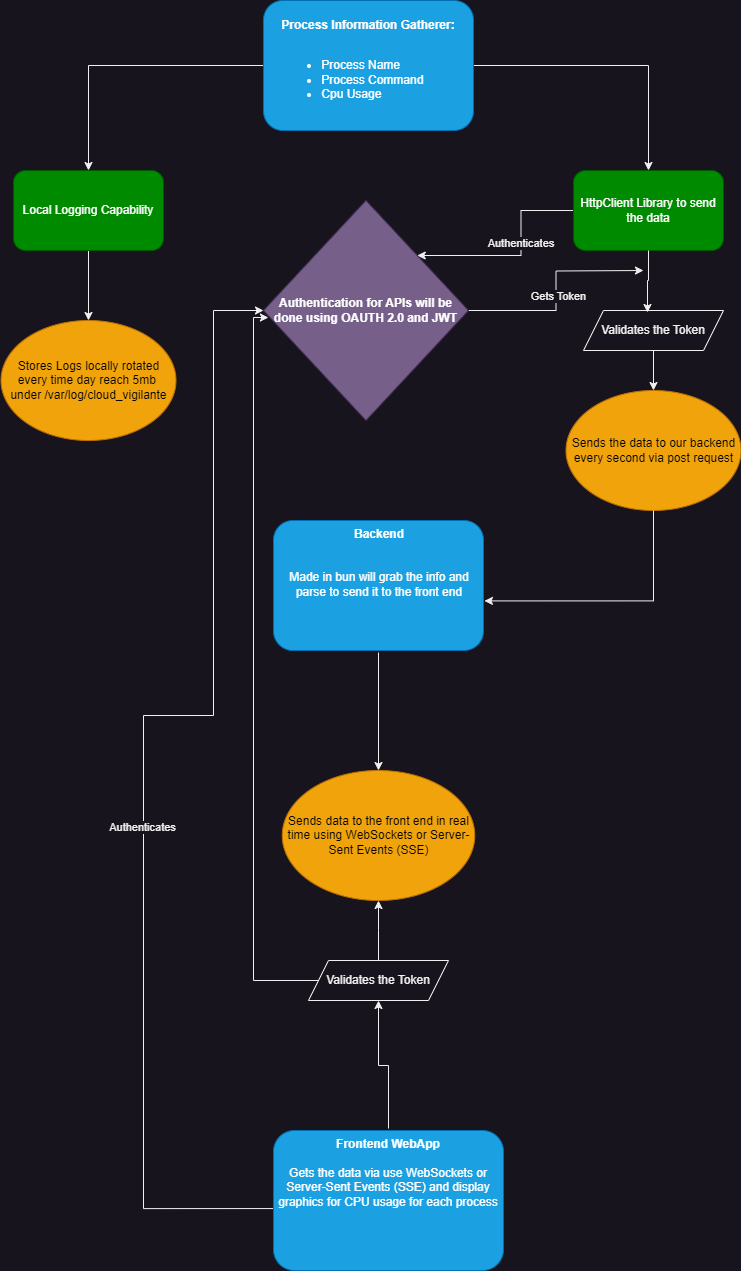
Above: CloudVigilante_Diagram.drawio.png in Amm0o/CloudVigilant (draw.io), before the change. Source tidied: cells renumbered, new cells last; positions are measured from the earlier drawing's top-left corner, leaving out a move shared by most shapes. The source it was exported from:
```xml
<mxGraphModel>
  <root>
    <mxCell id="0" />
    <mxCell id="1" parent="0" />
    <mxCell id="2" style="edgeStyle=orthogonalEdgeStyle;rounded=0;jettySize=auto;html=1;" parent="1" edge="1" source="4" target="6">
      <mxGeometry relative="1" as="geometry" />
    </mxCell>
    <mxCell id="3" style="edgeStyle=orthogonalEdgeStyle;rounded=0;jettySize=auto;html=1;entryX=0.5;entryY=0;entryDx=0;entryDy=0;" parent="1" edge="1" source="4" target="9">
      <mxGeometry relative="1" as="geometry" />
    </mxCell>
    <mxCell id="4" value="&lt;b&gt;Process Information Gatherer:&lt;/b&gt;&lt;br&gt;&lt;br&gt;&lt;div style=&quot;&quot;&gt;&lt;ul&gt;&lt;li style=&quot;text-align: left;&quot;&gt;Process Name&lt;/li&gt;&lt;li style=&quot;text-align: left;&quot;&gt;Process Command&amp;nbsp;&lt;/li&gt;&lt;li style=&quot;text-align: left;&quot;&gt;Cpu Usage&lt;/li&gt;&lt;/ul&gt;&lt;/div&gt;" style="rounded=1;whiteSpace=wrap;html=1;fillColor=#1ba1e2;fontColor=#ffffff;strokeColor=#006EAF;" parent="1" vertex="1">
      <mxGeometry x="262" width="210" height="130" as="geometry" />
    </mxCell>
    <mxCell id="5" style="edgeStyle=orthogonalEdgeStyle;rounded=0;jettySize=auto;html=1;entryX=0.5;entryY=0;entryDx=0;entryDy=0;" parent="1" edge="1" source="6" target="10">
      <mxGeometry relative="1" as="geometry" />
    </mxCell>
    <mxCell id="6" value="Local Logging Capability" style="rounded=1;whiteSpace=wrap;html=1;fillColor=#008a00;fontColor=#ffffff;strokeColor=#005700;" parent="1" vertex="1">
      <mxGeometry x="12" y="170" width="150" height="80" as="geometry" />
    </mxCell>
    <mxCell id="7" style="edgeStyle=orthogonalEdgeStyle;rounded=0;jettySize=auto;html=1;entryX=1;entryY=0;entryDx=0;entryDy=0;" parent="1" edge="1" source="9" target="22">
      <mxGeometry relative="1" as="geometry" />
    </mxCell>
    <mxCell id="8" value="Authenticates&amp;nbsp;" style="edgeLabel;html=1;align=center;verticalAlign=middle;" parent="7" vertex="1">
      <mxGeometry x="-0.16" y="1" relative="1" as="geometry" />
    </mxCell>
    <mxCell id="9" value="HttpClient Library to send the data" style="rounded=1;whiteSpace=wrap;html=1;fillColor=#008a00;fontColor=#ffffff;strokeColor=#005700;" parent="1" vertex="1">
      <mxGeometry x="572" y="170" width="150" height="80" as="geometry" />
    </mxCell>
    <mxCell id="10" value="Stores Logs locally rotated every time day reach 5mb&amp;nbsp; under /var/log/cloud_vigilante" style="ellipse;whiteSpace=wrap;html=1;fillColor=#f0a30a;fontColor=#000000;strokeColor=#BD7000;" parent="1" vertex="1">
      <mxGeometry x="-0.5" y="320" width="175" height="120" as="geometry" />
    </mxCell>
    <mxCell id="11" value="Sends the data to our backend every second via post request" style="ellipse;whiteSpace=wrap;html=1;fillColor=#f0a30a;fontColor=#000000;strokeColor=#BD7000;" parent="1" vertex="1">
      <mxGeometry x="564.5" y="390" width="175" height="120" as="geometry" />
    </mxCell>
    <mxCell id="12" style="edgeStyle=orthogonalEdgeStyle;rounded=0;jettySize=auto;html=1;entryX=0.5;entryY=0;entryDx=0;entryDy=0;" parent="1" edge="1" source="13" target="15">
      <mxGeometry relative="1" as="geometry" />
    </mxCell>
    <mxCell id="13" value="&lt;div style=&quot;text-align: center;&quot;&gt;&lt;b style=&quot;background-color: initial;&quot;&gt;Backend&lt;br&gt;&lt;br&gt;&lt;br&gt;&lt;/b&gt;&lt;/div&gt;&lt;div style=&quot;text-align: center;&quot;&gt;&lt;span style=&quot;background-color: initial;&quot;&gt;Made in bun will grab the info and parse to send it to the front end&lt;/span&gt;&lt;br&gt;&lt;/div&gt;" style="rounded=1;whiteSpace=wrap;html=1;fillColor=#1ba1e2;fontColor=#ffffff;strokeColor=#006EAF;perimeterSpacing=2;strokeWidth=1;verticalAlign=top;align=left;" parent="1" vertex="1">
      <mxGeometry x="272" y="520" width="210" height="130" as="geometry" />
    </mxCell>
    <mxCell id="14" style="edgeStyle=orthogonalEdgeStyle;rounded=0;jettySize=auto;html=1;entryX=0.995;entryY=0.615;entryDx=0;entryDy=0;entryPerimeter=0;exitX=0.5;exitY=1;exitDx=0;exitDy=0;" parent="1" edge="1" source="11" target="13">
      <mxGeometry relative="1" as="geometry" />
    </mxCell>
    <mxCell id="15" value="Sends data to the front end in real time using&amp;nbsp;WebSockets or Server-Sent Events (SSE)" style="ellipse;whiteSpace=wrap;html=1;fillColor=#f0a30a;fontColor=#000000;strokeColor=#BD7000;" parent="1" vertex="1">
      <mxGeometry x="280.8" y="770" width="192.5" height="130" as="geometry" />
    </mxCell>
    <mxCell id="16" style="edgeStyle=orthogonalEdgeStyle;rounded=0;jettySize=auto;html=1;entryX=0;entryY=0.5;entryDx=0;entryDy=0;exitX=0.021;exitY=0.556;exitDx=0;exitDy=0;exitPerimeter=0;" parent="1" edge="1" source="19" target="22">
      <mxGeometry relative="1" as="geometry">
        <Array as="points">
          <mxPoint x="142" y="1208" />
          <mxPoint x="142" y="715" />
          <mxPoint x="212" y="715" />
          <mxPoint x="212" y="310" />
        </Array>
      </mxGeometry>
    </mxCell>
    <mxCell id="17" value="Authenticates" style="edgeLabel;html=1;align=center;verticalAlign=middle;" parent="16" vertex="1">
      <mxGeometry x="-0.11" y="2" relative="1" as="geometry" />
    </mxCell>
    <mxCell id="18" style="edgeStyle=orthogonalEdgeStyle;rounded=0;jettySize=auto;html=1;entryX=0.5;entryY=1;entryDx=0;entryDy=0;" parent="1" edge="1" source="19" target="27">
      <mxGeometry relative="1" as="geometry" />
    </mxCell>
    <mxCell id="19" value="&lt;div style=&quot;&quot;&gt;&lt;b&gt;Frontend WebApp&lt;/b&gt;&lt;br&gt;&lt;br&gt;&lt;div style=&quot;&quot;&gt;Gets the data via&amp;nbsp;use WebSockets or Server-Sent Events (SSE) and display graphics for CPU usage for each process&lt;/div&gt;&lt;/div&gt;" style="rounded=1;whiteSpace=wrap;html=1;fillColor=#1ba1e2;fontColor=#ffffff;strokeColor=#006EAF;perimeterSpacing=2;strokeWidth=1;verticalAlign=top;align=center;" parent="1" vertex="1">
      <mxGeometry x="272" y="1130" width="230" height="140" as="geometry" />
    </mxCell>
    <mxCell id="20" style="edgeStyle=orthogonalEdgeStyle;rounded=0;jettySize=auto;html=1;" parent="1" edge="1" source="22">
      <mxGeometry relative="1" as="geometry">
        <mxPoint x="642" y="270" as="targetPoint" />
      </mxGeometry>
    </mxCell>
    <mxCell id="21" value="Gets Token" style="edgeLabel;html=1;align=center;verticalAlign=middle;" parent="20" vertex="1">
      <mxGeometry x="-0.04" y="-1" relative="1" as="geometry">
        <mxPoint x="1" as="offset" />
      </mxGeometry>
    </mxCell>
    <mxCell id="22" value="&lt;b&gt;Authentication for APIs will be done using OAUTH 2.0 and JWT&lt;/b&gt;" style="rhombus;whiteSpace=wrap;html=1;fillColor=#76608a;fontColor=#ffffff;strokeColor=#432D57;" parent="1" vertex="1">
      <mxGeometry x="262" y="200" width="205" height="220" as="geometry" />
    </mxCell>
    <mxCell id="23" style="edgeStyle=orthogonalEdgeStyle;rounded=0;jettySize=auto;html=1;" parent="1" edge="1" source="24" target="11">
      <mxGeometry relative="1" as="geometry" />
    </mxCell>
    <mxCell id="24" value="Validates the Token" style="shape=parallelogram;perimeter=parallelogramPerimeter;whiteSpace=wrap;html=1;fixedSize=1;" parent="1" vertex="1">
      <mxGeometry x="582" y="310" width="140" height="40" as="geometry" />
    </mxCell>
    <mxCell id="25" style="edgeStyle=orthogonalEdgeStyle;rounded=0;jettySize=auto;html=1;entryX=0.457;entryY=0.05;entryDx=0;entryDy=0;entryPerimeter=0;" parent="1" edge="1" source="9" target="24">
      <mxGeometry relative="1" as="geometry" />
    </mxCell>
    <mxCell id="26" style="edgeStyle=orthogonalEdgeStyle;rounded=0;jettySize=auto;html=1;" parent="1" edge="1" source="27" target="15">
      <mxGeometry relative="1" as="geometry" />
    </mxCell>
    <mxCell id="27" value="Validates the Token" style="shape=parallelogram;perimeter=parallelogramPerimeter;whiteSpace=wrap;html=1;fixedSize=1;" parent="1" vertex="1">
      <mxGeometry x="307" y="960" width="140" height="40" as="geometry" />
    </mxCell>
    <mxCell id="28" style="edgeStyle=orthogonalEdgeStyle;rounded=0;jettySize=auto;html=1;entryX=0.024;entryY=0.532;entryDx=0;entryDy=0;entryPerimeter=0;" parent="1" edge="1" source="27" target="22">
      <mxGeometry relative="1" as="geometry">
        <Array as="points">
          <mxPoint x="252" y="980" />
          <mxPoint x="252" y="317" />
        </Array>
      </mxGeometry>
    </mxCell>
  </root>
</mxGraphModel>
```
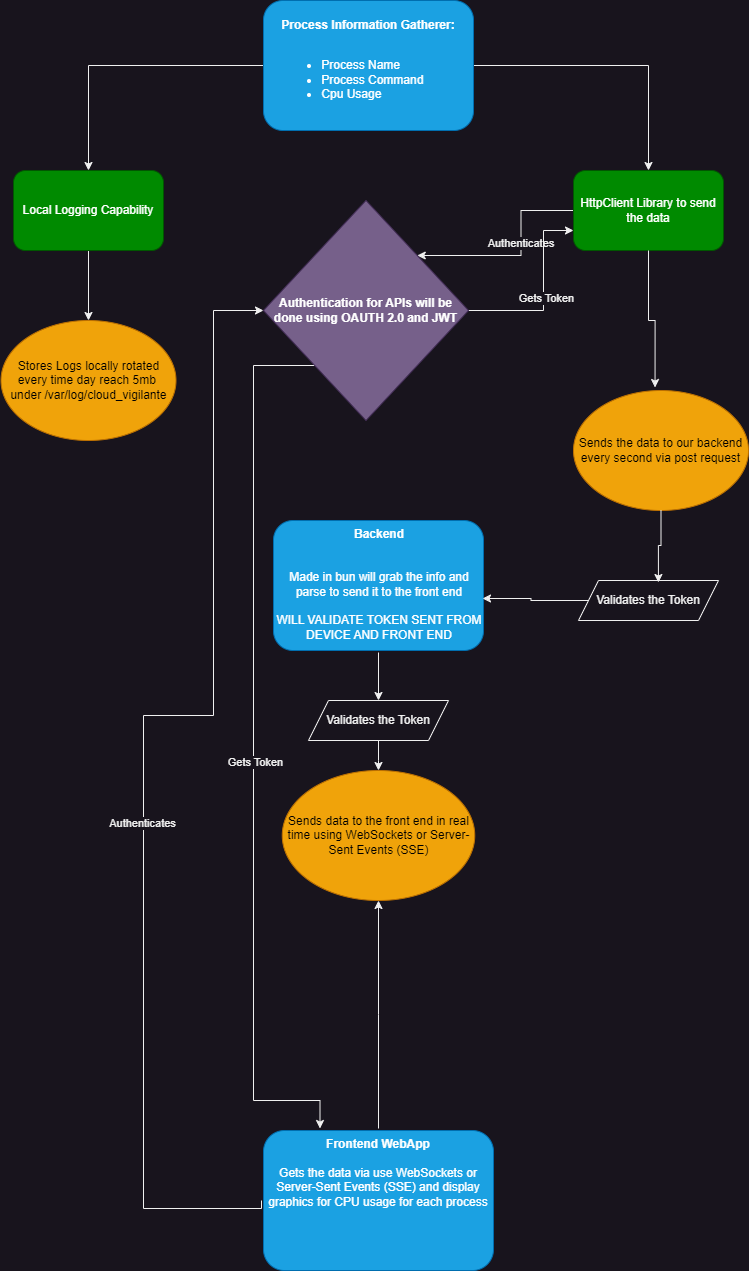
Later version of the same file.

Change to the diagram source:
```diff
@@ -30,23 +30,21 @@
       <mxGeometry x="-0.5" y="320" width="175" height="120" as="geometry" />
     </mxCell>
     <mxCell id="11" value="Sends the data to our backend every second via post request" style="ellipse;whiteSpace=wrap;html=1;fillColor=#f0a30a;fontColor=#000000;strokeColor=#BD7000;" parent="1" vertex="1">
-      <mxGeometry x="564.5" y="390" width="175" height="120" as="geometry" />
+      <mxGeometry x="572" y="390" width="175" height="120" as="geometry" />
     </mxCell>
-    <mxCell id="12" style="edgeStyle=orthogonalEdgeStyle;rounded=0;jettySize=auto;html=1;entryX=0.5;entryY=0;entryDx=0;entryDy=0;" parent="1" edge="1" source="13" target="15">
-      <mxGeometry relative="1" as="geometry" />
-    </mxCell>
+    <mxCell id="29" style="edgeStyle=orthogonalEdgeStyle;rounded=0;jettySize=auto;html=1;entryX=0.5;entryY=0;entryDx=0;entryDy=0;" parent="1" edge="1" source="13" target="37">
+      <mxGeometry relative="1" as="geometry" />
+    </mxCell>
-    <mxCell id="13" value="&lt;div style=&quot;text-align: center;&quot;&gt;&lt;b style=&quot;background-color: initial;&quot;&gt;Backend&lt;br&gt;&lt;br&gt;&lt;br&gt;&lt;/b&gt;&lt;/div&gt;&lt;div style=&quot;text-align: center;&quot;&gt;&lt;span style=&quot;background-color: initial;&quot;&gt;Made in bun will grab the info and parse to send it to the front end&lt;/span&gt;&lt;br&gt;&lt;/div&gt;" style="rounded=1;whiteSpace=wrap;html=1;fillColor=#1ba1e2;fontColor=#ffffff;strokeColor=#006EAF;perimeterSpacing=2;strokeWidth=1;verticalAlign=top;align=left;" parent="1" vertex="1">
+    <mxCell id="13" value="&lt;div style=&quot;text-align: center;&quot;&gt;&lt;b style=&quot;background-color: initial;&quot;&gt;Backend&lt;br&gt;&lt;br&gt;&lt;br&gt;&lt;/b&gt;&lt;/div&gt;&lt;div style=&quot;text-align: center;&quot;&gt;&lt;span style=&quot;background-color: initial;&quot;&gt;Made in bun will grab the info and parse to send it to the front end&lt;br&gt;&lt;/span&gt;&lt;br&gt;WILL VALIDATE TOKEN SENT FROM DEVICE AND FRONT END&lt;/div&gt;" style="rounded=1;whiteSpace=wrap;html=1;fillColor=#1ba1e2;fontColor=#ffffff;strokeColor=#006EAF;perimeterSpacing=2;strokeWidth=1;verticalAlign=top;align=left;" parent="1" vertex="1">
       <mxGeometry x="272" y="520" width="210" height="130" as="geometry" />
     </mxCell>
-    <mxCell id="14" style="edgeStyle=orthogonalEdgeStyle;rounded=0;jettySize=auto;html=1;entryX=0.995;entryY=0.615;entryDx=0;entryDy=0;entryPerimeter=0;exitX=0.5;exitY=1;exitDx=0;exitDy=0;" parent="1" edge="1" source="11" target="13">
-      <mxGeometry relative="1" as="geometry" />
-    </mxCell>
     <mxCell id="15" value="Sends data to the front end in real time using&amp;nbsp;WebSockets or Server-Sent Events (SSE)" style="ellipse;whiteSpace=wrap;html=1;fillColor=#f0a30a;fontColor=#000000;strokeColor=#BD7000;" parent="1" vertex="1">
       <mxGeometry x="280.8" y="770" width="192.5" height="130" as="geometry" />
     </mxCell>
-    <mxCell id="16" style="edgeStyle=orthogonalEdgeStyle;rounded=0;jettySize=auto;html=1;entryX=0;entryY=0.5;entryDx=0;entryDy=0;exitX=0.021;exitY=0.556;exitDx=0;exitDy=0;exitPerimeter=0;" parent="1" edge="1" source="19" target="22">
+    <mxCell id="16" style="edgeStyle=orthogonalEdgeStyle;rounded=0;jettySize=auto;html=1;entryX=0;entryY=0.5;entryDx=0;entryDy=0;exitX=0;exitY=0.5;exitDx=0;exitDy=0;" parent="1" edge="1" source="19" target="22">
       <mxGeometry relative="1" as="geometry">
         <Array as="points">
+          <mxPoint x="260" y="1208" />
           <mxPoint x="142" y="1208" />
           <mxPoint x="142" y="715" />
           <mxPoint x="212" y="715" />
@@ -57,15 +55,18 @@
     <mxCell id="17" value="Authenticates" style="edgeLabel;html=1;align=center;verticalAlign=middle;" parent="16" vertex="1">
       <mxGeometry x="-0.11" y="2" relative="1" as="geometry" />
     </mxCell>
-    <mxCell id="18" style="edgeStyle=orthogonalEdgeStyle;rounded=0;jettySize=auto;html=1;entryX=0.5;entryY=1;entryDx=0;entryDy=0;" parent="1" edge="1" source="19" target="27">
+    <mxCell id="18" style="edgeStyle=orthogonalEdgeStyle;rounded=0;jettySize=auto;html=1;" parent="1" edge="1" source="19" target="15">
       <mxGeometry relative="1" as="geometry" />
     </mxCell>
     <mxCell id="19" value="&lt;div style=&quot;&quot;&gt;&lt;b&gt;Frontend WebApp&lt;/b&gt;&lt;br&gt;&lt;br&gt;&lt;div style=&quot;&quot;&gt;Gets the data via&amp;nbsp;use WebSockets or Server-Sent Events (SSE) and display graphics for CPU usage for each process&lt;/div&gt;&lt;/div&gt;" style="rounded=1;whiteSpace=wrap;html=1;fillColor=#1ba1e2;fontColor=#ffffff;strokeColor=#006EAF;perimeterSpacing=2;strokeWidth=1;verticalAlign=top;align=center;" parent="1" vertex="1">
-      <mxGeometry x="272" y="1130" width="230" height="140" as="geometry" />
+      <mxGeometry x="262" y="1130" width="230" height="140" as="geometry" />
     </mxCell>
-    <mxCell id="20" style="edgeStyle=orthogonalEdgeStyle;rounded=0;jettySize=auto;html=1;" parent="1" edge="1" source="22">
+    <mxCell id="20" style="edgeStyle=orthogonalEdgeStyle;rounded=0;jettySize=auto;html=1;entryX=0;entryY=0.75;entryDx=0;entryDy=0;" parent="1" edge="1" source="22" target="9">
       <mxGeometry relative="1" as="geometry">
-        <mxPoint x="642" y="270" as="targetPoint" />
+        <Array as="points">
+          <mxPoint x="542" y="310" />
+          <mxPoint x="542" y="230" />
+        </Array>
       </mxGeometry>
     </mxCell>
     <mxCell id="21" value="Gets Token" style="edgeLabel;html=1;align=center;verticalAlign=middle;" parent="20" vertex="1">
@@ -73,31 +74,38 @@
         <mxPoint x="1" as="offset" />
       </mxGeometry>
     </mxCell>
+    <mxCell id="30" style="edgeStyle=orthogonalEdgeStyle;rounded=0;jettySize=auto;html=1;exitX=0;exitY=1;exitDx=0;exitDy=0;entryX=0.25;entryY=0;entryDx=0;entryDy=0;" parent="1" edge="1" source="22" target="19">
+      <mxGeometry relative="1" as="geometry">
+        <Array as="points">
+          <mxPoint x="252" y="365" />
+          <mxPoint x="252" y="1100" />
+          <mxPoint x="319" y="1100" />
+        </Array>
+      </mxGeometry>
+    </mxCell>
+    <mxCell id="31" value="Gets Token" style="edgeLabel;html=1;align=center;verticalAlign=middle;" parent="30" vertex="1">
+      <mxGeometry x="0.03" y="1" relative="1" as="geometry" />
+    </mxCell>
     <mxCell id="22" value="&lt;b&gt;Authentication for APIs will be done using OAUTH 2.0 and JWT&lt;/b&gt;" style="rhombus;whiteSpace=wrap;html=1;fillColor=#76608a;fontColor=#ffffff;strokeColor=#432D57;" parent="1" vertex="1">
       <mxGeometry x="262" y="200" width="205" height="220" as="geometry" />
     </mxCell>
-    <mxCell id="23" style="edgeStyle=orthogonalEdgeStyle;rounded=0;jettySize=auto;html=1;" parent="1" edge="1" source="24" target="11">
-      <mxGeometry relative="1" as="geometry" />
-    </mxCell>
-    <mxCell id="24" value="Validates the Token" style="shape=parallelogram;perimeter=parallelogramPerimeter;whiteSpace=wrap;html=1;fixedSize=1;" parent="1" vertex="1">
-      <mxGeometry x="582" y="310" width="140" height="40" as="geometry" />
-    </mxCell>
-    <mxCell id="25" style="edgeStyle=orthogonalEdgeStyle;rounded=0;jettySize=auto;html=1;entryX=0.457;entryY=0.05;entryDx=0;entryDy=0;entryPerimeter=0;" parent="1" edge="1" source="9" target="24">
-      <mxGeometry relative="1" as="geometry" />
-    </mxCell>
-    <mxCell id="26" style="edgeStyle=orthogonalEdgeStyle;rounded=0;jettySize=auto;html=1;" parent="1" edge="1" source="27" target="15">
-      <mxGeometry relative="1" as="geometry" />
-    </mxCell>
-    <mxCell id="27" value="Validates the Token" style="shape=parallelogram;perimeter=parallelogramPerimeter;whiteSpace=wrap;html=1;fixedSize=1;" parent="1" vertex="1">
-      <mxGeometry x="307" y="960" width="140" height="40" as="geometry" />
-    </mxCell>
-    <mxCell id="28" style="edgeStyle=orthogonalEdgeStyle;rounded=0;jettySize=auto;html=1;entryX=0.024;entryY=0.532;entryDx=0;entryDy=0;entryPerimeter=0;" parent="1" edge="1" source="27" target="22">
-      <mxGeometry relative="1" as="geometry">
-        <Array as="points">
-          <mxPoint x="252" y="980" />
-          <mxPoint x="252" y="317" />
-        </Array>
-      </mxGeometry>
-    </mxCell>
+    <mxCell id="32" style="edgeStyle=orthogonalEdgeStyle;rounded=0;jettySize=auto;html=1;entryX=0.466;entryY=-0.025;entryDx=0;entryDy=0;entryPerimeter=0;" parent="1" edge="1" source="9" target="11">
+      <mxGeometry relative="1" as="geometry" />
+    </mxCell>
+    <mxCell id="33" value="Validates the Token" style="shape=parallelogram;perimeter=parallelogramPerimeter;whiteSpace=wrap;html=1;fixedSize=1;" parent="1" vertex="1">
+      <mxGeometry x="577" y="580" width="140" height="40" as="geometry" />
+    </mxCell>
+    <mxCell id="34" style="edgeStyle=orthogonalEdgeStyle;rounded=0;jettySize=auto;html=1;entryX=0.571;entryY=0.05;entryDx=0;entryDy=0;entryPerimeter=0;" parent="1" edge="1" source="11" target="33">
+      <mxGeometry relative="1" as="geometry" />
+    </mxCell>
+    <mxCell id="35" style="edgeStyle=orthogonalEdgeStyle;rounded=0;jettySize=auto;html=1;entryX=0.986;entryY=0.597;entryDx=0;entryDy=0;entryPerimeter=0;" parent="1" edge="1" source="33" target="13">
+      <mxGeometry relative="1" as="geometry" />
+    </mxCell>
+    <mxCell id="36" style="edgeStyle=orthogonalEdgeStyle;rounded=0;jettySize=auto;html=1;" parent="1" edge="1" source="37" target="15">
+      <mxGeometry relative="1" as="geometry" />
+    </mxCell>
+    <mxCell id="37" value="Validates the Token" style="shape=parallelogram;perimeter=parallelogramPerimeter;whiteSpace=wrap;html=1;fixedSize=1;" parent="1" vertex="1">
+      <mxGeometry x="307" y="700" width="140" height="40" as="geometry" />
+    </mxCell>
   </root>
 </mxGraphModel>
```
